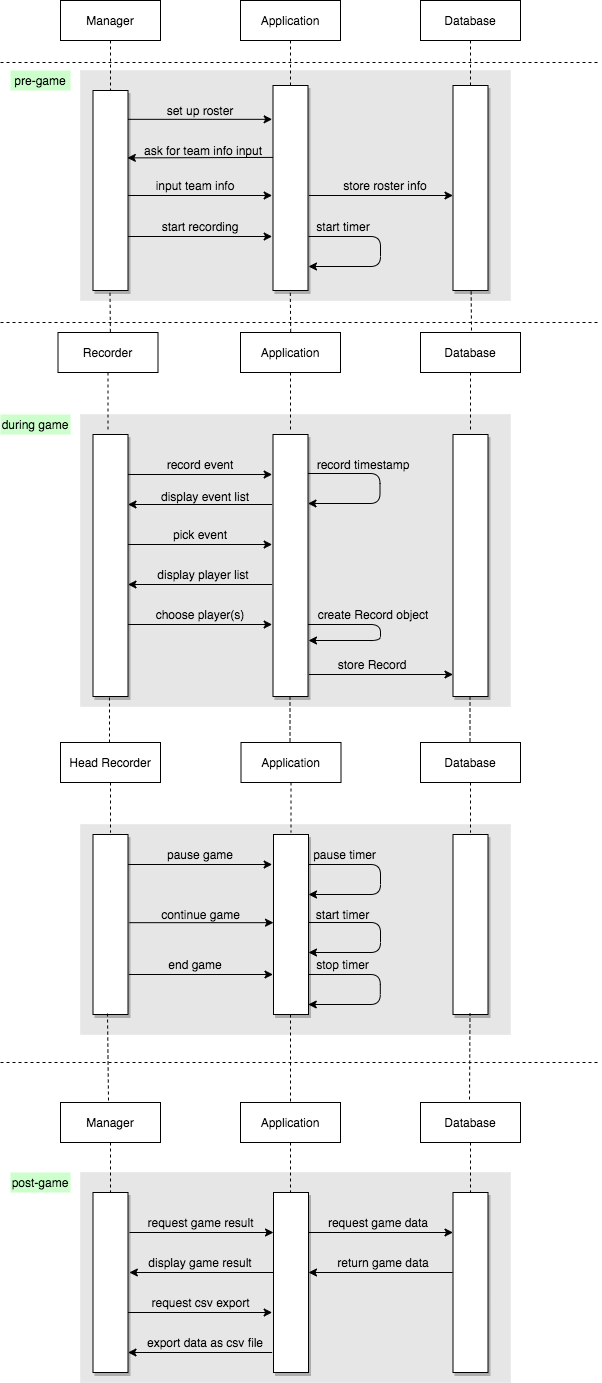
Before: docs/docs/images/design/sequenceDiagram/sequence.png, a diagram exported from draw.io (TaylorZowtuk/measure-what-matters). Source tidied: cells renumbered, new cells last; positions are measured from the earlier drawing's top-left corner, leaving out a move shared by most shapes.
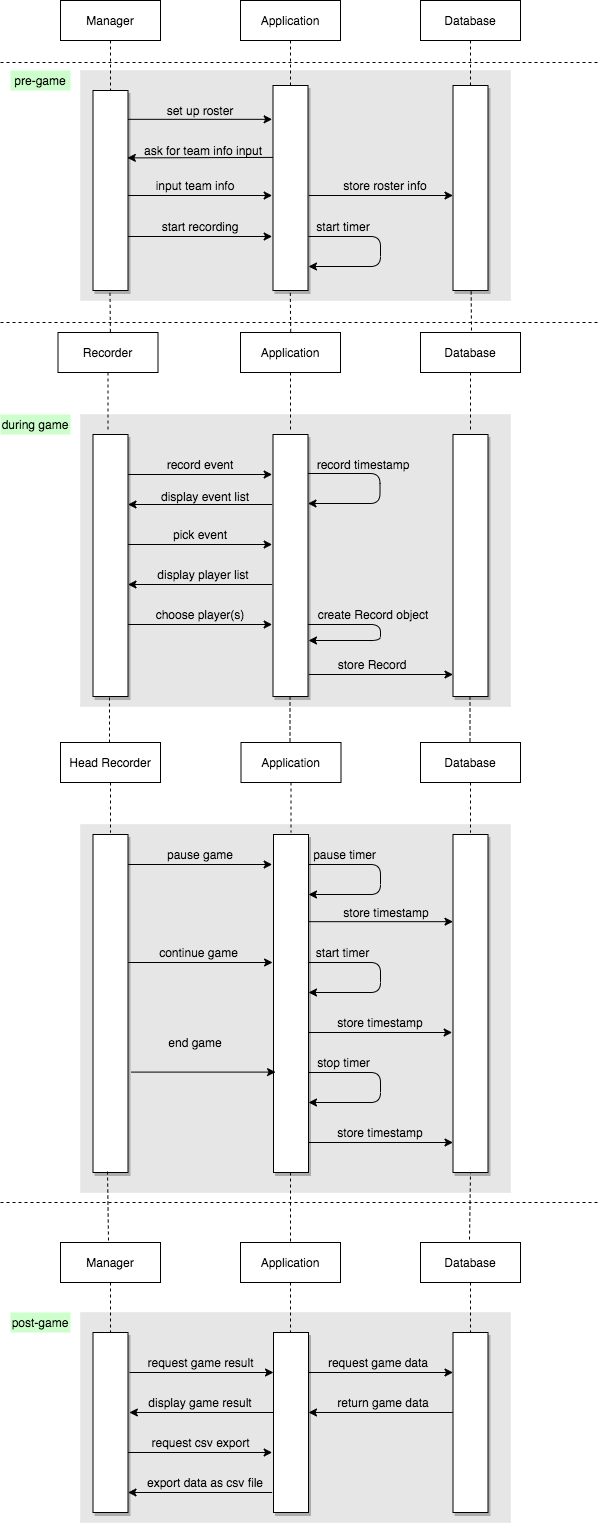
After the commit.

Commit message:
updated sequence diagram

Diff of the diagram source:
```diff
@@ -3,10 +3,10 @@
     <mxCell id="0" />
     <mxCell id="1" parent="0" />
     <mxCell id="2" style="rounded=0;whiteSpace=wrap;html=1;fillColor=#E6E6E6;strokeColor=#EBEBEB;" parent="1" vertex="1">
-      <mxGeometry x="80" y="824" width="430" height="210" as="geometry" />
+      <mxGeometry x="80" y="824" width="430" height="368" as="geometry" />
     </mxCell>
     <mxCell id="3" style="rounded=0;whiteSpace=wrap;html=1;fillColor=#E6E6E6;strokeColor=#EBEBEB;" parent="1" vertex="1">
-      <mxGeometry x="80" y="1172" width="430" height="210" as="geometry" />
+      <mxGeometry x="80" y="1312" width="430" height="210" as="geometry" />
     </mxCell>
     <mxCell id="4" style="rounded=0;whiteSpace=wrap;html=1;fillColor=#E6E6E6;strokeColor=#EBEBEB;" parent="1" vertex="1">
       <mxGeometry x="80" y="414" width="430" height="292" as="geometry" />
@@ -74,13 +74,13 @@
       <mxGeometry x="307.5" y="454" width="110" height="20" as="geometry" />
     </mxCell>
     <mxCell id="21" style="points=[];perimeter=orthogonalPerimeter;rounded=0;shadow=1;strokeWidth=1;" parent="1" vertex="1">
-      <mxGeometry x="92.5" y="834" width="35" height="180" as="geometry" />
+      <mxGeometry x="92.5" y="834" width="35" height="338" as="geometry" />
     </mxCell>
     <mxCell id="22" style="perimeter=orthogonalPerimeter;rounded=0;shadow=1;strokeWidth=1;" parent="1" vertex="1">
-      <mxGeometry x="273" y="834" width="35" height="180" as="geometry" />
+      <mxGeometry x="273" y="834" width="35" height="338" as="geometry" />
     </mxCell>
     <mxCell id="23" style="perimeter=orthogonalPerimeter;rounded=0;shadow=1;strokeWidth=1;" parent="1" vertex="1">
-      <mxGeometry x="452.5" y="834" width="35" height="180" as="geometry" />
+      <mxGeometry x="452.5" y="834" width="35" height="338" as="geometry" />
     </mxCell>
     <mxCell id="24" style="edgeStyle=segmentEdgeStyle;endArrow=classic;html=1;" parent="1" edge="1">
       <mxGeometry relative="1" as="geometry">
@@ -97,41 +97,41 @@
     </mxCell>
     <mxCell id="26" style="edgeStyle=segmentEdgeStyle;endArrow=classic;html=1;" parent="1" edge="1">
       <mxGeometry relative="1" as="geometry">
-        <mxPoint x="308" y="922" as="sourcePoint" />
-        <mxPoint x="308" y="952" as="targetPoint" />
+        <mxPoint x="308" y="962" as="sourcePoint" />
+        <mxPoint x="308" y="992" as="targetPoint" />
         <Array as="points">
-          <mxPoint x="380" y="922" />
-          <mxPoint x="380" y="952" />
+          <mxPoint x="380" y="962" />
+          <mxPoint x="380" y="992" />
         </Array>
       </mxGeometry>
     </mxCell>
     <mxCell id="27" value="start timer" style="text;html=1;strokeColor=none;fillColor=none;align=center;verticalAlign=middle;whiteSpace=wrap;rounded=0;" parent="1" vertex="1">
-      <mxGeometry x="305.5" y="904" width="72.5" height="20" as="geometry" />
+      <mxGeometry x="305.5" y="942" width="72.5" height="20" as="geometry" />
     </mxCell>
     <mxCell id="28" style="edgeStyle=segmentEdgeStyle;endArrow=classic;html=1;" parent="1" edge="1">
       <mxGeometry relative="1" as="geometry">
-        <mxPoint x="307.8" y="974" as="sourcePoint" />
-        <mxPoint x="307.8" y="1004" as="targetPoint" />
+        <mxPoint x="308" y="1072" as="sourcePoint" />
+        <mxPoint x="308" y="1102" as="targetPoint" />
         <Array as="points">
-          <mxPoint x="379.8" y="974" />
-          <mxPoint x="379.8" y="1004" />
+          <mxPoint x="380" y="1072" />
+          <mxPoint x="380" y="1102" />
         </Array>
       </mxGeometry>
     </mxCell>
     <mxCell id="29" value="stop timer" style="text;html=1;strokeColor=none;fillColor=none;align=center;verticalAlign=middle;whiteSpace=wrap;rounded=0;" parent="1" vertex="1">
-      <mxGeometry x="305.5" y="954" width="72.5" height="20" as="geometry" />
+      <mxGeometry x="306.8" y="1052" width="72.5" height="20" as="geometry" />
     </mxCell>
     <mxCell id="30" style="perimeter=orthogonalPerimeter;rounded=0;shadow=1;strokeWidth=1;" parent="1" vertex="1">
-      <mxGeometry x="92.5" y="1192" width="35" height="180" as="geometry" />
+      <mxGeometry x="92.5" y="1332" width="35" height="180" as="geometry" />
     </mxCell>
     <mxCell id="31" style="perimeter=orthogonalPerimeter;rounded=0;shadow=1;strokeWidth=1;" parent="1" vertex="1">
-      <mxGeometry x="273" y="1192" width="35" height="180" as="geometry" />
+      <mxGeometry x="273" y="1332" width="35" height="180" as="geometry" />
     </mxCell>
     <mxCell id="32" style="perimeter=orthogonalPerimeter;rounded=0;shadow=1;strokeWidth=1;" parent="1" vertex="1">
-      <mxGeometry x="452.5" y="1192" width="35" height="180" as="geometry" />
+      <mxGeometry x="452.5" y="1332" width="35" height="180" as="geometry" />
     </mxCell>
     <mxCell id="33" value="post-game" style="text;html=1;strokeColor=none;fillColor=#CCFFCC;align=center;verticalAlign=middle;whiteSpace=wrap;rounded=0;" parent="1" vertex="1">
-      <mxGeometry x="10" y="1172" width="60" height="20" as="geometry" />
+      <mxGeometry x="10" y="1312" width="60" height="20" as="geometry" />
     </mxCell>
     <mxCell id="34" style="endArrow=classic;html=1;shadow=0;fillColor=none;entryX=-0.024;entryY=0.165;entryDx=0;entryDy=0;entryPerimeter=0;" parent="1" edge="1" source="7" target="9">
       <mxGeometry relative="1" as="geometry" />
@@ -234,75 +234,75 @@
     </mxCell>
     <mxCell id="57" style="endArrow=classic;html=1;shadow=0;fillColor=none;entryX=-0.024;entryY=0.165;entryDx=0;entryDy=0;entryPerimeter=0;" parent="1" edge="1">
       <mxGeometry relative="1" as="geometry">
-        <mxPoint x="128.8" y="922.2" as="sourcePoint" />
-        <mxPoint x="273" y="922.2" as="targetPoint" />
+        <mxPoint x="127.9" y="962" as="sourcePoint" />
+        <mxPoint x="272.1" y="962" as="targetPoint" />
       </mxGeometry>
     </mxCell>
     <mxCell id="58" value="continue game" style="text;html=1;strokeColor=none;fillColor=none;align=center;verticalAlign=middle;whiteSpace=wrap;rounded=0;shadow=1;" parent="1" vertex="1">
-      <mxGeometry x="157.5" y="904" width="85" height="20" as="geometry" />
+      <mxGeometry x="155.5" y="942" width="85" height="20" as="geometry" />
     </mxCell>
     <mxCell id="59" style="endArrow=classic;html=1;shadow=0;fillColor=none;entryX=-0.024;entryY=0.165;entryDx=0;entryDy=0;entryPerimeter=0;" parent="1" edge="1">
       <mxGeometry relative="1" as="geometry">
-        <mxPoint x="128.3" y="974" as="sourcePoint" />
-        <mxPoint x="272.5" y="974" as="targetPoint" />
+        <mxPoint x="130.9" y="1071.6" as="sourcePoint" />
+        <mxPoint x="275.1" y="1071.6" as="targetPoint" />
       </mxGeometry>
     </mxCell>
     <mxCell id="60" value="end game" style="text;html=1;strokeColor=none;fillColor=none;align=center;verticalAlign=middle;whiteSpace=wrap;rounded=0;shadow=1;" parent="1" vertex="1">
-      <mxGeometry x="160" y="954" width="70" height="20" as="geometry" />
+      <mxGeometry x="160" y="1032" width="70" height="20" as="geometry" />
     </mxCell>
     <mxCell id="61" style="endArrow=classic;html=1;shadow=0;fillColor=none;entryX=-0.024;entryY=0.165;entryDx=0;entryDy=0;entryPerimeter=0;" parent="1" edge="1">
       <mxGeometry relative="1" as="geometry">
-        <mxPoint x="129" y="1232" as="sourcePoint" />
-        <mxPoint x="273" y="1232" as="targetPoint" />
+        <mxPoint x="129" y="1372" as="sourcePoint" />
+        <mxPoint x="273" y="1372" as="targetPoint" />
       </mxGeometry>
     </mxCell>
     <mxCell id="62" value="request game result" style="text;html=1;strokeColor=none;fillColor=none;align=center;verticalAlign=middle;whiteSpace=wrap;rounded=0;shadow=1;" parent="1" vertex="1">
-      <mxGeometry x="142.5" y="1212" width="115" height="20" as="geometry" />
+      <mxGeometry x="142.5" y="1352" width="115" height="20" as="geometry" />
     </mxCell>
     <mxCell id="63" style="endArrow=classic;html=1;shadow=0;fillColor=none;entryX=-0.024;entryY=0.165;entryDx=0;entryDy=0;entryPerimeter=0;" parent="1" edge="1">
       <mxGeometry relative="1" as="geometry">
-        <mxPoint x="308.3" y="1232" as="sourcePoint" />
-        <mxPoint x="452.5" y="1232" as="targetPoint" />
+        <mxPoint x="308.3" y="1372" as="sourcePoint" />
+        <mxPoint x="452.5" y="1372" as="targetPoint" />
       </mxGeometry>
     </mxCell>
     <mxCell id="64" value="request game data" style="text;html=1;strokeColor=none;fillColor=none;align=center;verticalAlign=middle;whiteSpace=wrap;rounded=0;shadow=1;" parent="1" vertex="1">
-      <mxGeometry x="323" y="1212" width="110" height="20" as="geometry" />
+      <mxGeometry x="323" y="1352" width="110" height="20" as="geometry" />
     </mxCell>
     <mxCell id="65" style="endArrow=classic;html=1;shadow=0;fillColor=none;entryX=-0.024;entryY=0.165;entryDx=0;entryDy=0;entryPerimeter=0;" parent="1" edge="1">
       <mxGeometry relative="1" as="geometry">
-        <mxPoint x="273" y="1272" as="sourcePoint" />
-        <mxPoint x="128.8" y="1272" as="targetPoint" />
+        <mxPoint x="273" y="1412" as="sourcePoint" />
+        <mxPoint x="128.8" y="1412" as="targetPoint" />
       </mxGeometry>
     </mxCell>
     <mxCell id="66" value="display game result" style="text;html=1;strokeColor=none;fillColor=none;align=center;verticalAlign=middle;whiteSpace=wrap;rounded=0;shadow=1;" parent="1" vertex="1">
-      <mxGeometry x="145" y="1252" width="110" height="20" as="geometry" />
+      <mxGeometry x="145" y="1392" width="110" height="20" as="geometry" />
     </mxCell>
     <mxCell id="67" style="endArrow=classic;html=1;shadow=0;fillColor=none;entryX=-0.024;entryY=0.165;entryDx=0;entryDy=0;entryPerimeter=0;" parent="1" edge="1">
       <mxGeometry relative="1" as="geometry">
-        <mxPoint x="452.2" y="1272" as="sourcePoint" />
-        <mxPoint x="308" y="1272" as="targetPoint" />
+        <mxPoint x="452.2" y="1412" as="sourcePoint" />
+        <mxPoint x="308" y="1412" as="targetPoint" />
       </mxGeometry>
     </mxCell>
     <mxCell id="68" value="return game data" style="text;html=1;strokeColor=none;fillColor=none;align=center;verticalAlign=middle;whiteSpace=wrap;rounded=0;shadow=1;" parent="1" vertex="1">
-      <mxGeometry x="332" y="1252" width="102" height="20" as="geometry" />
+      <mxGeometry x="332" y="1392" width="102" height="20" as="geometry" />
     </mxCell>
     <mxCell id="69" style="endArrow=classic;html=1;shadow=0;fillColor=none;entryX=-0.024;entryY=0.165;entryDx=0;entryDy=0;entryPerimeter=0;" parent="1" edge="1">
       <mxGeometry relative="1" as="geometry">
-        <mxPoint x="127.5" y="1312" as="sourcePoint" />
-        <mxPoint x="271.7" y="1312" as="targetPoint" />
+        <mxPoint x="127.5" y="1452" as="sourcePoint" />
+        <mxPoint x="271.7" y="1452" as="targetPoint" />
       </mxGeometry>
     </mxCell>
     <mxCell id="70" value="request csv export" style="text;html=1;strokeColor=none;fillColor=none;align=center;verticalAlign=middle;whiteSpace=wrap;rounded=0;shadow=1;" parent="1" vertex="1">
-      <mxGeometry x="142.5" y="1292" width="115" height="20" as="geometry" />
+      <mxGeometry x="142.5" y="1432" width="115" height="20" as="geometry" />
     </mxCell>
     <mxCell id="71" style="endArrow=classic;html=1;shadow=0;fillColor=none;entryX=-0.024;entryY=0.165;entryDx=0;entryDy=0;entryPerimeter=0;" parent="1" edge="1">
       <mxGeometry relative="1" as="geometry">
-        <mxPoint x="271.7" y="1352" as="sourcePoint" />
-        <mxPoint x="127.5" y="1352" as="targetPoint" />
+        <mxPoint x="271.7" y="1492" as="sourcePoint" />
+        <mxPoint x="127.5" y="1492" as="targetPoint" />
       </mxGeometry>
     </mxCell>
     <mxCell id="72" value="export data as csv file" style="text;html=1;strokeColor=none;fillColor=none;align=center;verticalAlign=middle;whiteSpace=wrap;rounded=0;shadow=1;" parent="1" vertex="1">
-      <mxGeometry x="145" y="1332" width="120" height="20" as="geometry" />
+      <mxGeometry x="145" y="1472" width="120" height="20" as="geometry" />
     </mxCell>
     <mxCell id="73" style="edgeStyle=segmentEdgeStyle;endArrow=classic;html=1;shadow=0;fillColor=none;" parent="1" edge="1">
       <mxGeometry relative="1" as="geometry">
@@ -328,8 +328,8 @@
     </mxCell>
     <mxCell id="77" style="endArrow=none;dashed=1;html=1;shadow=0;fillColor=none;" parent="1" edge="1">
       <mxGeometry relative="1" as="geometry">
-        <mxPoint y="1062" as="sourcePoint" />
-        <mxPoint x="600" y="1062" as="targetPoint" />
+        <mxPoint y="1202" as="sourcePoint" />
+        <mxPoint x="600" y="1202" as="targetPoint" />
       </mxGeometry>
     </mxCell>
     <mxCell id="78" style="endArrow=none;dashed=1;html=1;shadow=0;fillColor=none;" parent="1" edge="1">
@@ -374,25 +374,25 @@
       </mxGeometry>
     </mxCell>
     <mxCell id="88" value="Manager" style="shape=umlLifeline;perimeter=lifelinePerimeter;rounded=0;shadow=0;strokeWidth=1;" parent="1" vertex="1">
-      <mxGeometry x="60" y="1102" width="100" height="90" as="geometry" />
+      <mxGeometry x="60" y="1242" width="100" height="90" as="geometry" />
     </mxCell>
     <mxCell id="89" value="Application" style="shape=umlLifeline;perimeter=lifelinePerimeter;rounded=0;shadow=0;strokeWidth=1;" parent="1" vertex="1">
-      <mxGeometry x="240" y="1102" width="100" height="90" as="geometry" />
+      <mxGeometry x="240" y="1242" width="100" height="90" as="geometry" />
     </mxCell>
     <mxCell id="90" value="Database" style="shape=umlLifeline;perimeter=lifelinePerimeter;rounded=0;shadow=0;strokeWidth=1;" parent="1" vertex="1">
-      <mxGeometry x="420" y="1102" width="100" height="90" as="geometry" />
+      <mxGeometry x="420" y="1242" width="100" height="90" as="geometry" />
     </mxCell>
     <mxCell id="91" style="endArrow=none;dashed=1;html=1;shadow=0;fillColor=none;entryX=0.414;entryY=0.994;entryDx=0;entryDy=0;entryPerimeter=0;exitX=0.48;exitY=-0.022;exitDx=0;exitDy=0;exitPerimeter=0;" parent="1" edge="1" source="88" target="21">
       <mxGeometry relative="1" as="geometry" />
     </mxCell>
-    <mxCell id="92" style="endArrow=none;dashed=1;html=1;shadow=0;fillColor=none;entryX=0.414;entryY=0.994;entryDx=0;entryDy=0;entryPerimeter=0;exitX=0.5;exitY=-0.011;exitDx=0;exitDy=0;exitPerimeter=0;" parent="1" edge="1" source="89">
+    <mxCell id="92" style="endArrow=none;dashed=1;html=1;shadow=0;fillColor=none;exitX=0.5;exitY=-0.011;exitDx=0;exitDy=0;exitPerimeter=0;" parent="1" edge="1" source="89">
       <mxGeometry relative="1" as="geometry">
-        <mxPoint x="290" y="1014" as="targetPoint" />
+        <mxPoint x="290" y="1172" as="targetPoint" />
       </mxGeometry>
     </mxCell>
-    <mxCell id="93" style="endArrow=none;dashed=1;html=1;shadow=0;fillColor=none;entryX=0.414;entryY=0.994;entryDx=0;entryDy=0;entryPerimeter=0;exitX=0.49;exitY=-0.033;exitDx=0;exitDy=0;exitPerimeter=0;" parent="1" edge="1" source="90">
+    <mxCell id="93" style="endArrow=none;dashed=1;html=1;shadow=0;fillColor=none;exitX=0.49;exitY=-0.033;exitDx=0;exitDy=0;exitPerimeter=0;" parent="1" edge="1" source="90">
       <mxGeometry relative="1" as="geometry">
-        <mxPoint x="469.5" y="1012.9" as="targetPoint" />
+        <mxPoint x="470" y="1172" as="targetPoint" />
       </mxGeometry>
     </mxCell>
     <mxCell id="94" style="endArrow=none;dashed=1;html=1;shadow=0;fillColor=none;entryX=0.518;entryY=1.003;entryDx=0;entryDy=0;entryPerimeter=0;" parent="1" edge="1" target="11">
@@ -412,5 +412,32 @@
         <mxPoint x="109.5" y="292" as="targetPoint" />
       </mxGeometry>
     </mxCell>
+    <mxCell id="97" style="endArrow=classic;html=1;shadow=0;fillColor=none;entryX=-0.024;entryY=0.165;entryDx=0;entryDy=0;entryPerimeter=0;" parent="1" edge="1">
+      <mxGeometry relative="1" as="geometry">
+        <mxPoint x="307.5" y="1032" as="sourcePoint" />
+        <mxPoint x="451.7" y="1032" as="targetPoint" />
+      </mxGeometry>
+    </mxCell>
+    <mxCell id="98" value="store timestamp" style="text;html=1;strokeColor=none;fillColor=none;align=center;verticalAlign=middle;whiteSpace=wrap;rounded=0;" parent="1" vertex="1">
+      <mxGeometry x="330" y="1012" width="100" height="20" as="geometry" />
+    </mxCell>
+    <mxCell id="99" style="endArrow=classic;html=1;shadow=0;fillColor=none;entryX=-0.024;entryY=0.165;entryDx=0;entryDy=0;entryPerimeter=0;" parent="1" edge="1">
+      <mxGeometry relative="1" as="geometry">
+        <mxPoint x="308.3" y="921.2" as="sourcePoint" />
+        <mxPoint x="452.5" y="921.2" as="targetPoint" />
+      </mxGeometry>
+    </mxCell>
+    <mxCell id="100" value="store timestamp" style="text;html=1;strokeColor=none;fillColor=none;align=center;verticalAlign=middle;whiteSpace=wrap;rounded=0;" parent="1" vertex="1">
+      <mxGeometry x="341.8" y="902" width="88.2" height="20" as="geometry" />
+    </mxCell>
+    <mxCell id="101" style="endArrow=classic;html=1;shadow=0;fillColor=none;entryX=-0.024;entryY=0.165;entryDx=0;entryDy=0;entryPerimeter=0;" parent="1" edge="1">
+      <mxGeometry relative="1" as="geometry">
+        <mxPoint x="308.3" y="1142" as="sourcePoint" />
+        <mxPoint x="452.5" y="1142" as="targetPoint" />
+      </mxGeometry>
+    </mxCell>
+    <mxCell id="102" value="store timestamp" style="text;html=1;strokeColor=none;fillColor=none;align=center;verticalAlign=middle;whiteSpace=wrap;rounded=0;" parent="1" vertex="1">
+      <mxGeometry x="335.9" y="1122" width="88.2" height="20" as="geometry" />
+    </mxCell>
   </root>
 </mxGraphModel>
```
